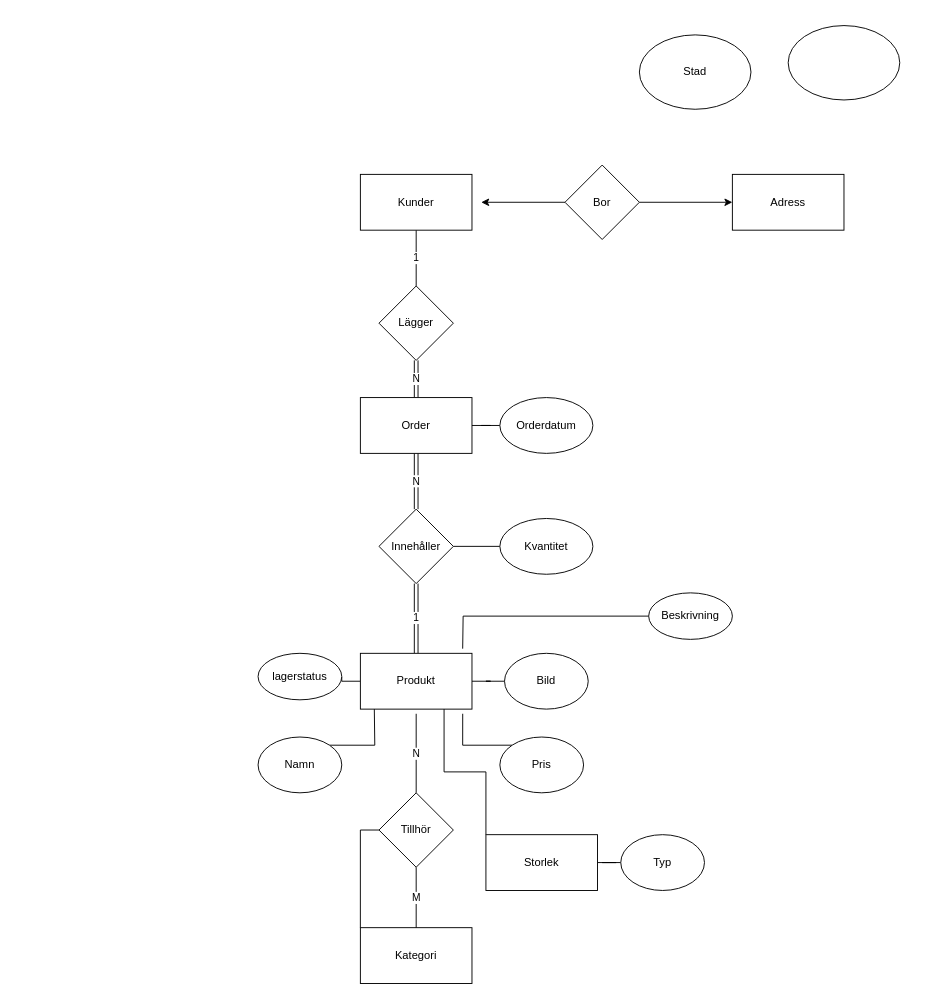
Above: Database/Untitled Diagram.drawio in JesperJansson86/WebshopHakimsLivs (draw.io), before the change. Source tidied: cells renumbered, new cells numbered last; positions are measured from the earlier drawing's top-left corner, leaving out a move shared by most shapes. Both pictures are drawn from the tidied source at 93%, with x=0, y=0 at pixel (258, 25).
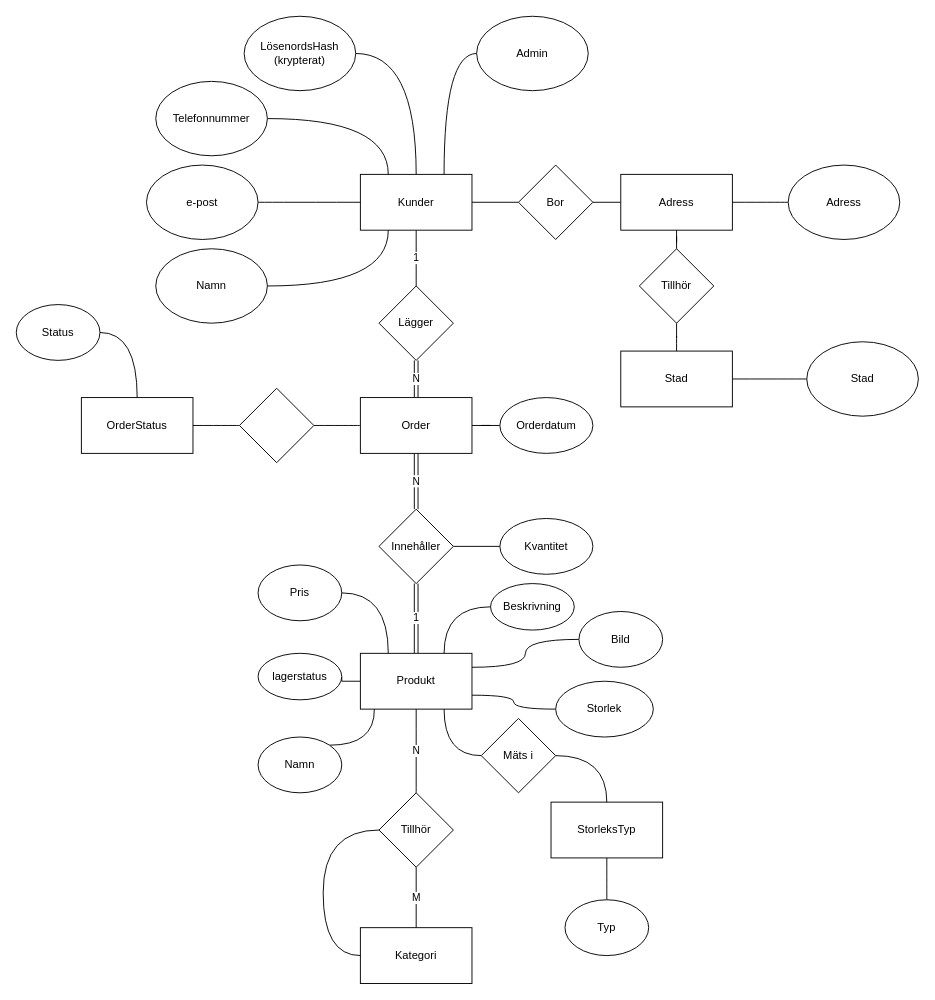
The same diagram, later.

Unchanged cells that the change refers to:
```xml
<mxCell id="3" value="&lt;div&gt;Kunder&lt;/div&gt;" style="rounded=0;whiteSpace=wrap;html=1;" parent="1" vertex="1">
  <mxGeometry x="110" y="160" width="120" height="60" as="geometry" />
</mxCell>
<mxCell id="13" value="Produkt" style="rounded=0;whiteSpace=wrap;html=1;" parent="1" vertex="1">
  <mxGeometry x="110" y="675" width="120" height="60" as="geometry" />
</mxCell>
<mxCell id="18" value="Namn" style="ellipse;whiteSpace=wrap;html=1;" parent="1" vertex="1">
  <mxGeometry y="765" width="90" height="60" as="geometry" />
</mxCell>
<mxCell id="25" value="Order" style="rounded=0;whiteSpace=wrap;html=1;" parent="1" vertex="1">
  <mxGeometry x="110" y="400" width="120" height="60" as="geometry" />
</mxCell>
<mxCell id="31" value="Kategori" style="rounded=0;whiteSpace=wrap;html=1;" parent="1" vertex="1">
  <mxGeometry x="110" y="970" width="120" height="60" as="geometry" />
</mxCell>
<mxCell id="35" value="Tillhör" style="rhombus;whiteSpace=wrap;html=1;" parent="1" vertex="1">
  <mxGeometry x="130" y="825" width="80" height="80" as="geometry" />
</mxCell>
```

What changed in the source:
```diff
@@
+    <mxCell id="40" style="edgeStyle=orthogonalEdgeStyle;curved=1;rounded=0;jettySize=auto;html=1;exitX=0.5;exitY=0;exitDx=0;exitDy=0;entryX=1;entryY=0.5;entryDx=0;entryDy=0;endArrow=none;endFill=0;" parent="1" edge="1" source="3" target="55">
+      <mxGeometry relative="1" as="geometry" />
+    </mxCell>
@@
-    <mxCell id="4" style="edgeStyle=orthogonalEdgeStyle;rounded=0;jettySize=auto;html=1;exitX=1;exitY=0.5;exitDx=0;exitDy=0;entryX=0;entryY=0.5;entryDx=0;entryDy=0;" parent="1" edge="1" source="6" target="7">
+    <mxCell id="4" style="edgeStyle=orthogonalEdgeStyle;rounded=0;jettySize=auto;html=1;exitX=1;exitY=0.5;exitDx=0;exitDy=0;entryX=0;entryY=0.5;entryDx=0;entryDy=0;endArrow=none;endFill=0;" parent="1" edge="1" source="6" target="7">
       <mxGeometry relative="1" as="geometry" />
     </mxCell>
-    <mxCell id="5" style="edgeStyle=orthogonalEdgeStyle;rounded=0;jettySize=auto;html=1;exitX=0;exitY=0.5;exitDx=0;exitDy=0;entryX=1.083;entryY=0.5;entryDx=0;entryDy=0;entryPerimeter=0;" parent="1" edge="1" source="6" target="3">
+    <mxCell id="5" style="edgeStyle=orthogonalEdgeStyle;rounded=0;jettySize=auto;html=1;exitX=0;exitY=0.5;exitDx=0;exitDy=0;entryX=1;entryY=0.5;entryDx=0;entryDy=0;endArrow=none;endFill=0;" parent="1" edge="1" source="6" target="3">
       <mxGeometry relative="1" as="geometry" />
     </mxCell>
     <mxCell id="6" value="Bor " style="rhombus;whiteSpace=wrap;html=1;" parent="1" vertex="1">
-      <mxGeometry x="330" y="150" width="80" height="80" as="geometry" />
+      <mxGeometry x="280" y="150" width="80" height="80" as="geometry" />
     </mxCell>
     <mxCell id="7" value="&lt;div&gt;Adress&lt;/div&gt;" style="rounded=0;whiteSpace=wrap;html=1;" parent="1" vertex="1">
-      <mxGeometry x="510" y="160" width="120" height="60" as="geometry" />
+      <mxGeometry x="390" y="160" width="120" height="60" as="geometry" />
     </mxCell>
+    <mxCell id="41" style="edgeStyle=orthogonalEdgeStyle;curved=1;rounded=0;jettySize=auto;html=1;exitX=0;exitY=0.5;exitDx=0;exitDy=0;entryX=1;entryY=0.5;entryDx=0;entryDy=0;endArrow=none;endFill=0;" parent="1" edge="1" source="8" target="51">
+      <mxGeometry relative="1" as="geometry" />
+    </mxCell>
     <mxCell id="8" value="&lt;div&gt;Stad&lt;/div&gt;" style="ellipse;whiteSpace=wrap;html=1;" parent="1" vertex="1">
-      <mxGeometry x="410" y="10" width="120" height="80" as="geometry" />
+      <mxGeometry x="590" y="340" width="120" height="80" as="geometry" />
     </mxCell>
+    <mxCell id="42" style="edgeStyle=orthogonalEdgeStyle;curved=1;rounded=0;jettySize=auto;html=1;exitX=0;exitY=0.5;exitDx=0;exitDy=0;entryX=1;entryY=0.5;entryDx=0;entryDy=0;endArrow=none;endFill=0;" parent="1" edge="1" source="9" target="7">
+      <mxGeometry relative="1" as="geometry" />
+    </mxCell>
-    <mxCell id="9" style="ellipse;whiteSpace=wrap;html=1;" parent="1" vertex="1">
-      <mxGeometry x="570" width="120" height="80" as="geometry" />
+    <mxCell id="9" value="Adress" style="ellipse;whiteSpace=wrap;html=1;" parent="1" vertex="1">
+      <mxGeometry x="570" y="150" width="120" height="80" as="geometry" />
     </mxCell>
@@
-    <mxCell id="11" style="edgeStyle=orthogonalEdgeStyle;rounded=0;jettySize=auto;html=1;endArrow=none;endFill=0;" parent="1" edge="1" source="13" target="21">
+    <mxCell id="11" style="edgeStyle=orthogonalEdgeStyle;rounded=0;jettySize=auto;html=1;endArrow=none;endFill=0;curved=1;exitX=1;exitY=0.25;exitDx=0;exitDy=0;" parent="1" edge="1" source="13" target="21">
       <mxGeometry relative="1" as="geometry" />
     </mxCell>
@@
+    <mxCell id="43" style="edgeStyle=orthogonalEdgeStyle;curved=1;rounded=0;jettySize=auto;html=1;exitX=1;exitY=0.75;exitDx=0;exitDy=0;entryX=0;entryY=0.5;entryDx=0;entryDy=0;endArrow=none;endFill=0;" parent="1" edge="1" source="13" target="63">
+      <mxGeometry relative="1" as="geometry" />
+    </mxCell>
@@
-    <mxCell id="17" style="edgeStyle=orthogonalEdgeStyle;rounded=0;jettySize=auto;html=1;exitX=1;exitY=0;exitDx=0;exitDy=0;endArrow=none;endFill=0;" parent="1" edge="1" source="18">
+    <mxCell id="17" style="edgeStyle=orthogonalEdgeStyle;rounded=0;jettySize=auto;html=1;exitX=1;exitY=0;exitDx=0;exitDy=0;endArrow=none;endFill=0;curved=1;" parent="1" edge="1" source="18">
       <mxGeometry relative="1" as="geometry">
         <mxPoint x="125" y="735" as="targetPoint" />
       </mxGeometry>
     </mxCell>
@@
-    <mxCell id="19" style="edgeStyle=orthogonalEdgeStyle;rounded=0;jettySize=auto;html=1;endArrow=none;endFill=0;" parent="1" edge="1" source="20">
-      <mxGeometry relative="1" as="geometry">
-        <mxPoint x="220" y="670" as="targetPoint" />
-      </mxGeometry>
+    <mxCell id="19" style="edgeStyle=orthogonalEdgeStyle;rounded=0;jettySize=auto;html=1;endArrow=none;endFill=0;entryX=0.75;entryY=0;entryDx=0;entryDy=0;curved=1;" parent="1" edge="1" source="20" target="13">
+      <mxGeometry relative="1" as="geometry" />
     </mxCell>
     <mxCell id="20" value="Beskrivning" style="ellipse;whiteSpace=wrap;html=1;" parent="1" vertex="1">
-      <mxGeometry x="420" y="610" width="90" height="50" as="geometry" />
+      <mxGeometry x="250" y="600" width="90" height="50" as="geometry" />
     </mxCell>
     <mxCell id="21" value="Bild" style="ellipse;whiteSpace=wrap;html=1;" parent="1" vertex="1">
-      <mxGeometry x="265" y="675" width="90" height="60" as="geometry" />
+      <mxGeometry x="345" y="630" width="90" height="60" as="geometry" />
     </mxCell>
-    <mxCell id="22" style="edgeStyle=orthogonalEdgeStyle;rounded=0;jettySize=auto;html=1;exitX=0;exitY=0;exitDx=0;exitDy=0;entryX=0.917;entryY=1.083;entryDx=0;entryDy=0;entryPerimeter=0;endArrow=none;endFill=0;" parent="1" edge="1" source="23" target="13">
+    <mxCell id="22" style="edgeStyle=orthogonalEdgeStyle;rounded=0;jettySize=auto;html=1;exitX=1;exitY=0.5;exitDx=0;exitDy=0;endArrow=none;endFill=0;curved=1;entryX=0.25;entryY=0;entryDx=0;entryDy=0;" parent="1" edge="1" source="23" target="13">
       <mxGeometry relative="1" as="geometry" />
     </mxCell>
     <mxCell id="23" value="&lt;div&gt;Pris&lt;/div&gt;" style="ellipse;whiteSpace=wrap;html=1;" parent="1" vertex="1">
-      <mxGeometry x="260" y="765" width="90" height="60" as="geometry" />
+      <mxGeometry y="580" width="90" height="60" as="geometry" />
     </mxCell>
@@
+    <mxCell id="44" style="edgeStyle=orthogonalEdgeStyle;curved=1;rounded=0;jettySize=auto;html=1;exitX=0;exitY=0.5;exitDx=0;exitDy=0;entryX=1;entryY=0.5;entryDx=0;entryDy=0;endArrow=none;endFill=0;" parent="1" edge="1" source="25" target="58">
+      <mxGeometry relative="1" as="geometry" />
+    </mxCell>
@@
-    <mxCell id="33" value="N" style="edgeStyle=orthogonalEdgeStyle;rounded=0;jettySize=auto;html=1;exitX=0.5;exitY=0;exitDx=0;exitDy=0;endArrow=none;endFill=0;" parent="1" edge="1" source="35">
-      <mxGeometry relative="1" as="geometry">
-        <mxPoint x="170" y="740" as="targetPoint" />
-      </mxGeometry>
+    <mxCell id="33" value="N" style="edgeStyle=orthogonalEdgeStyle;rounded=0;jettySize=auto;html=1;exitX=0.5;exitY=0;exitDx=0;exitDy=0;endArrow=none;endFill=0;entryX=0.5;entryY=1;entryDx=0;entryDy=0;curved=1;" parent="1" edge="1" source="35" target="13">
+      <mxGeometry relative="1" as="geometry" />
     </mxCell>
-    <mxCell id="34" style="edgeStyle=orthogonalEdgeStyle;rounded=0;jettySize=auto;html=1;exitX=0;exitY=0.5;exitDx=0;exitDy=0;entryX=0;entryY=0;entryDx=0;entryDy=0;endArrow=none;endFill=0;" parent="1" edge="1" source="35" target="31">
-      <mxGeometry relative="1" as="geometry" />
+    <mxCell id="34" style="edgeStyle=orthogonalEdgeStyle;rounded=0;jettySize=auto;html=1;exitX=0;exitY=0.5;exitDx=0;exitDy=0;endArrow=none;endFill=0;curved=1;entryX=0;entryY=0.5;entryDx=0;entryDy=0;" parent="1" edge="1" source="35" target="31">
+      <mxGeometry relative="1" as="geometry">
+        <Array as="points">
+          <mxPoint x="70" y="865" />
+          <mxPoint x="70" y="1000" />
+        </Array>
+      </mxGeometry>
     </mxCell>
@@
-    <mxCell id="36" style="edgeStyle=orthogonalEdgeStyle;rounded=0;jettySize=auto;html=1;endArrow=none;endFill=0;" parent="1" edge="1" source="37" target="39">
+    <mxCell id="36" style="edgeStyle=orthogonalEdgeStyle;rounded=0;jettySize=auto;html=1;endArrow=none;endFill=0;curved=1;" parent="1" edge="1" source="37" target="39">
       <mxGeometry relative="1" as="geometry" />
     </mxCell>
     <mxCell id="37" value="Typ" style="ellipse;whiteSpace=wrap;html=1;" parent="1" vertex="1">
-      <mxGeometry x="390" y="870" width="90" height="60" as="geometry" />
+      <mxGeometry x="330" y="940" width="90" height="60" as="geometry" />
     </mxCell>
-    <mxCell id="38" style="edgeStyle=orthogonalEdgeStyle;rounded=0;jettySize=auto;html=1;exitX=0;exitY=0;exitDx=0;exitDy=0;entryX=0.75;entryY=1;entryDx=0;entryDy=0;endArrow=none;endFill=0;" parent="1" edge="1" source="39" target="13">
+    <mxCell id="38" style="edgeStyle=orthogonalEdgeStyle;rounded=0;jettySize=auto;html=1;exitX=0;exitY=0.5;exitDx=0;exitDy=0;entryX=0.75;entryY=1;entryDx=0;entryDy=0;endArrow=none;endFill=0;curved=1;" parent="1" edge="1" source="62" target="13">
       <mxGeometry relative="1" as="geometry" />
     </mxCell>
-    <mxCell id="39" value="Storlek" style="rounded=0;whiteSpace=wrap;html=1;" parent="1" vertex="1">
-      <mxGeometry x="245" y="870" width="120" height="60" as="geometry" />
+    <mxCell id="39" value="StorleksTyp" style="rounded=0;whiteSpace=wrap;html=1;" parent="1" vertex="1">
+      <mxGeometry x="315" y="835" width="120" height="60" as="geometry" />
     </mxCell>
+    <mxCell id="45" style="edgeStyle=orthogonalEdgeStyle;curved=1;rounded=0;jettySize=auto;html=1;exitX=1;exitY=0.5;exitDx=0;exitDy=0;entryX=0.25;entryY=0;entryDx=0;entryDy=0;endArrow=none;endFill=0;" parent="1" edge="1" source="46" target="3">
+      <mxGeometry relative="1" as="geometry" />
+    </mxCell>
+    <mxCell id="46" value="Telefonnummer" style="ellipse;whiteSpace=wrap;html=1;" parent="1" vertex="1">
+      <mxGeometry x="-110" y="60" width="120" height="80" as="geometry" />
+    </mxCell>
+    <mxCell id="47" style="edgeStyle=orthogonalEdgeStyle;curved=1;rounded=0;jettySize=auto;html=1;exitX=1;exitY=0.5;exitDx=0;exitDy=0;entryX=0;entryY=0.5;entryDx=0;entryDy=0;endArrow=none;endFill=0;" parent="1" edge="1" source="48" target="3">
+      <mxGeometry relative="1" as="geometry" />
+    </mxCell>
+    <mxCell id="48" value="e-post" style="ellipse;whiteSpace=wrap;html=1;" parent="1" vertex="1">
+      <mxGeometry x="-120" y="150" width="120" height="80" as="geometry" />
+    </mxCell>
+    <mxCell id="49" style="edgeStyle=orthogonalEdgeStyle;curved=1;rounded=0;jettySize=auto;html=1;exitX=1;exitY=0.5;exitDx=0;exitDy=0;entryX=0.25;entryY=1;entryDx=0;entryDy=0;endArrow=none;endFill=0;" parent="1" edge="1" source="50" target="3">
+      <mxGeometry relative="1" as="geometry" />
+    </mxCell>
+    <mxCell id="50" value="Namn" style="ellipse;whiteSpace=wrap;html=1;" parent="1" vertex="1">
+      <mxGeometry x="-110" y="240" width="120" height="80" as="geometry" />
+    </mxCell>
+    <mxCell id="51" value="Stad" style="rounded=0;whiteSpace=wrap;html=1;" parent="1" vertex="1">
+      <mxGeometry x="390" y="350" width="120" height="60" as="geometry" />
+    </mxCell>
+    <mxCell id="52" style="edgeStyle=orthogonalEdgeStyle;curved=1;rounded=0;jettySize=auto;html=1;endArrow=none;endFill=0;" parent="1" edge="1" source="54" target="51">
+      <mxGeometry relative="1" as="geometry" />
+    </mxCell>
+    <mxCell id="53" style="edgeStyle=orthogonalEdgeStyle;curved=1;rounded=0;jettySize=auto;html=1;endArrow=none;endFill=0;" parent="1" edge="1" source="54" target="7">
+      <mxGeometry relative="1" as="geometry" />
+    </mxCell>
+    <mxCell id="54" value="Tillhör" style="rhombus;whiteSpace=wrap;html=1;" parent="1" vertex="1">
+      <mxGeometry x="410" y="240" width="80" height="80" as="geometry" />
+    </mxCell>
+    <mxCell id="55" value="LösenordsHash&lt;br&gt;(krypterat)" style="ellipse;whiteSpace=wrap;html=1;" parent="1" vertex="1">
+      <mxGeometry x="-15" y="-10" width="120" height="80" as="geometry" />
+    </mxCell>
+    <mxCell id="56" value="OrderStatus" style="rounded=0;whiteSpace=wrap;html=1;" parent="1" vertex="1">
+      <mxGeometry x="-190" y="400" width="120" height="60" as="geometry" />
+    </mxCell>
+    <mxCell id="57" style="edgeStyle=orthogonalEdgeStyle;curved=1;rounded=0;jettySize=auto;html=1;exitX=0;exitY=0.5;exitDx=0;exitDy=0;entryX=1;entryY=0.5;entryDx=0;entryDy=0;endArrow=none;endFill=0;" parent="1" edge="1" source="58" target="56">
+      <mxGeometry relative="1" as="geometry" />
+    </mxCell>
+    <mxCell id="58" style="rhombus;whiteSpace=wrap;html=1;" parent="1" vertex="1">
+      <mxGeometry x="-20" y="390" width="80" height="80" as="geometry" />
+    </mxCell>
+    <mxCell id="59" style="edgeStyle=orthogonalEdgeStyle;curved=1;rounded=0;jettySize=auto;html=1;exitX=1;exitY=0.5;exitDx=0;exitDy=0;entryX=0.5;entryY=0;entryDx=0;entryDy=0;endArrow=none;endFill=0;" parent="1" edge="1" source="60" target="56">
+      <mxGeometry relative="1" as="geometry" />
+    </mxCell>
+    <mxCell id="60" value="Status" style="ellipse;whiteSpace=wrap;html=1;" parent="1" vertex="1">
+      <mxGeometry x="-260" y="300" width="90" height="60" as="geometry" />
+    </mxCell>
+    <mxCell id="61" style="edgeStyle=orthogonalEdgeStyle;curved=1;rounded=0;jettySize=auto;html=1;exitX=1;exitY=0.5;exitDx=0;exitDy=0;endArrow=none;endFill=0;entryX=0.5;entryY=0;entryDx=0;entryDy=0;" parent="1" edge="1" source="62" target="39">
+      <mxGeometry relative="1" as="geometry" />
+    </mxCell>
+    <mxCell id="62" value="Mäts i" style="rhombus;whiteSpace=wrap;html=1;" parent="1" vertex="1">
+      <mxGeometry x="240" y="745" width="80" height="80" as="geometry" />
+    </mxCell>
+    <mxCell id="63" value="Storlek" style="ellipse;whiteSpace=wrap;html=1;" parent="1" vertex="1">
+      <mxGeometry x="320" y="705" width="105" height="60" as="geometry" />
+    </mxCell>
+    <mxCell id="64" style="edgeStyle=orthogonalEdgeStyle;curved=1;rounded=0;jettySize=auto;html=1;exitX=0;exitY=0.5;exitDx=0;exitDy=0;entryX=0.75;entryY=0;entryDx=0;entryDy=0;endArrow=none;endFill=0;" parent="1" edge="1" source="65" target="3">
+      <mxGeometry relative="1" as="geometry" />
+    </mxCell>
+    <mxCell id="65" value="Admin" style="ellipse;whiteSpace=wrap;html=1;" parent="1" vertex="1">
+      <mxGeometry x="235" y="-10" width="120" height="80" as="geometry" />
+    </mxCell>
```
